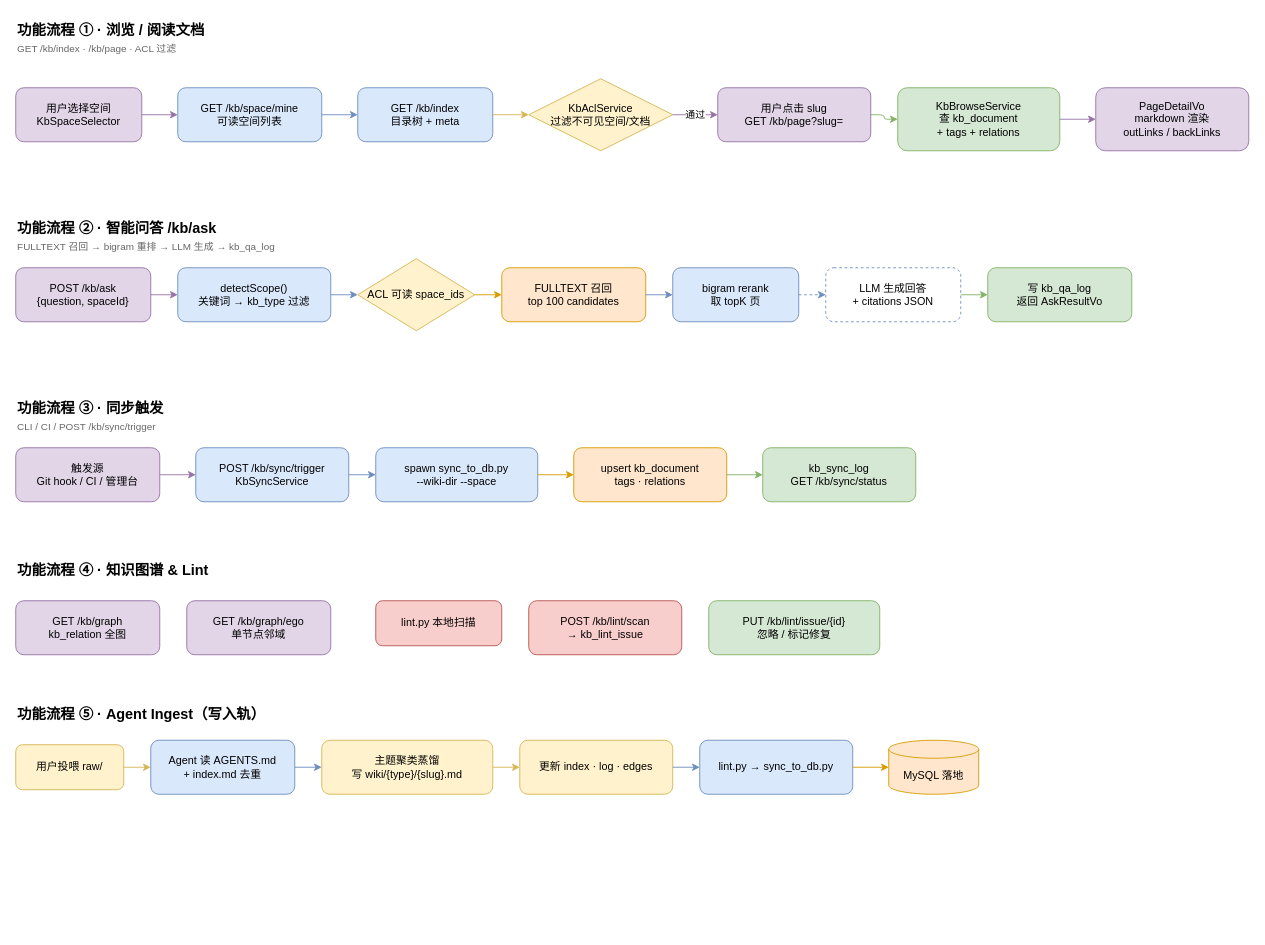
The draw.io diagram docs/diagrams/moli-kb-functional-flows.drawio in wujinsen/moli-project-distribute, before the edit. Source tidied: cells renumbered, new cells numbered last; positions are measured from the earlier drawing's top-left corner, leaving out a move shared by most shapes. Both pictures are drawn from the tidied source at 90%, with x=0, y=0 at pixel (15, 15).
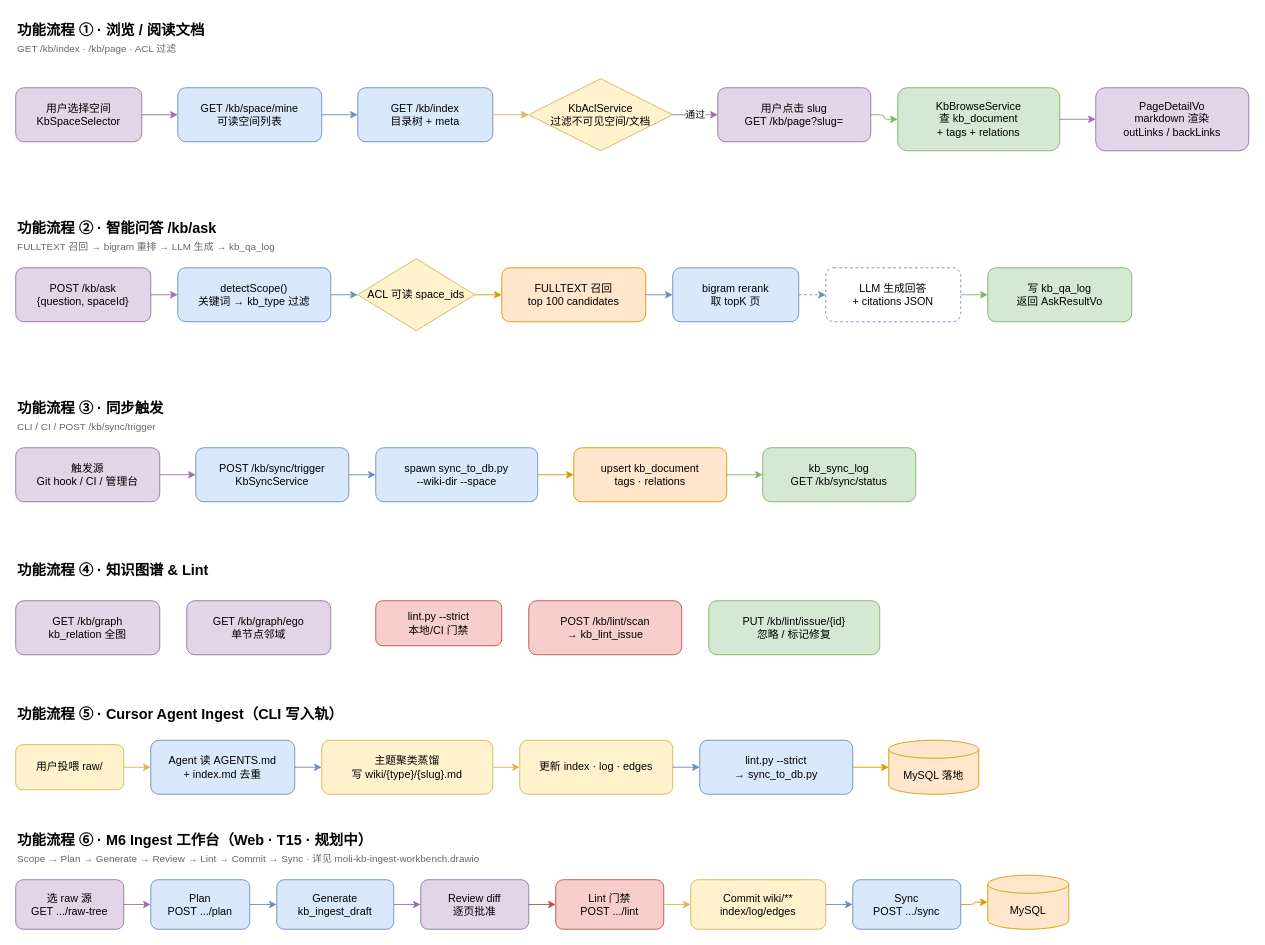
The same diagram, later.

Diff of the diagram source:
```diff
@@
-    <mxCell id="43" value="lint.py 本地扫描" style="rounded=1;whiteSpace=wrap;html=1;fillColor=#f8cecc;strokeColor=#b85450;" parent="1" vertex="1">
+    <mxCell id="43" value="lint.py --strict&lt;br&gt;本地/CI 门禁" style="rounded=1;whiteSpace=wrap;html=1;fillColor=#f8cecc;strokeColor=#b85450;" parent="1" vertex="1">
       <mxGeometry x="400" y="650" width="140" height="50" as="geometry" />
     </mxCell>
@@
-    <mxCell id="46" value="&lt;b&gt;功能流程 ⑤ · Agent Ingest（写入轨）&lt;/b&gt;" style="text;html=1;strokeColor=none;fillColor=none;align=left;fontSize=16;" parent="1" vertex="1">
+    <mxCell id="46" value="&lt;b&gt;功能流程 ⑤ · Cursor Agent Ingest（CLI 写入轨）&lt;/b&gt;" style="text;html=1;strokeColor=none;fillColor=none;align=left;fontSize=16;" parent="1" vertex="1">
       <mxGeometry y="760" width="450" height="30" as="geometry" />
     </mxCell>
@@
-    <mxCell id="51" value="lint.py → sync_to_db.py" style="rounded=1;whiteSpace=wrap;html=1;fillColor=#dae8fc;strokeColor=#6c8ebf;" parent="1" vertex="1">
+    <mxCell id="51" value="lint.py --strict&lt;br&gt;→ sync_to_db.py" style="rounded=1;whiteSpace=wrap;html=1;fillColor=#dae8fc;strokeColor=#6c8ebf;" parent="1" vertex="1">
       <mxGeometry x="760" y="805" width="170" height="60" as="geometry" />
     </mxCell>
@@
+    <mxCell id="58" value="&lt;b&gt;功能流程 ⑥ · M6 Ingest 工作台（Web · T15 · 规划中）&lt;/b&gt;&lt;br&gt;&lt;font style=&quot;font-size:11px;color:#666;&quot;&gt;Scope → Plan → Generate → Review → Lint → Commit → Sync · 详见 moli-kb-ingest-workbench.drawio&lt;/font&gt;" style="text;html=1;strokeColor=none;fillColor=none;align=left;fontSize=16;" parent="1" vertex="1">
+      <mxGeometry y="900" width="700" height="40" as="geometry" />
+    </mxCell>
+    <mxCell id="59" value="选 raw 源&lt;br&gt;GET .../raw-tree" style="rounded=1;whiteSpace=wrap;html=1;fillColor=#e1d5e7;strokeColor=#9673a6;" parent="1" vertex="1">
+      <mxGeometry y="960" width="120" height="55" as="geometry" />
+    </mxCell>
+    <mxCell id="60" value="Plan&lt;br&gt;POST .../plan" style="rounded=1;whiteSpace=wrap;html=1;fillColor=#dae8fc;strokeColor=#6c8ebf;" parent="1" vertex="1">
+      <mxGeometry x="150" y="960" width="110" height="55" as="geometry" />
+    </mxCell>
+    <mxCell id="61" value="Generate&lt;br&gt;kb_ingest_draft" style="rounded=1;whiteSpace=wrap;html=1;fillColor=#dae8fc;strokeColor=#6c8ebf;" parent="1" vertex="1">
+      <mxGeometry x="290" y="960" width="130" height="55" as="geometry" />
+    </mxCell>
+    <mxCell id="62" value="Review diff&lt;br&gt;逐页批准" style="rounded=1;whiteSpace=wrap;html=1;fillColor=#e1d5e7;strokeColor=#9673a6;" parent="1" vertex="1">
+      <mxGeometry x="450" y="960" width="120" height="55" as="geometry" />
+    </mxCell>
+    <mxCell id="63" value="Lint 门禁&lt;br&gt;POST .../lint" style="rounded=1;whiteSpace=wrap;html=1;fillColor=#f8cecc;strokeColor=#b85450;" parent="1" vertex="1">
+      <mxGeometry x="600" y="960" width="120" height="55" as="geometry" />
+    </mxCell>
+    <mxCell id="64" value="Commit wiki/**&lt;br&gt;index/log/edges" style="rounded=1;whiteSpace=wrap;html=1;fillColor=#fff2cc;strokeColor=#d6b656;" parent="1" vertex="1">
+      <mxGeometry x="750" y="960" width="150" height="55" as="geometry" />
+    </mxCell>
+    <mxCell id="65" value="Sync&lt;br&gt;POST .../sync" style="rounded=1;whiteSpace=wrap;html=1;fillColor=#dae8fc;strokeColor=#6c8ebf;" parent="1" vertex="1">
+      <mxGeometry x="930" y="960" width="120" height="55" as="geometry" />
+    </mxCell>
+    <mxCell id="66" value="MySQL" style="shape=cylinder3;whiteSpace=wrap;html=1;boundedLbl=1;backgroundOutline=1;size=10;fillColor=#ffe6cc;strokeColor=#d79b00;" parent="1" vertex="1">
+      <mxGeometry x="1080" y="955" width="90" height="60" as="geometry" />
+    </mxCell>
+    <mxCell id="67" style="edgeStyle=orthogonalEdgeStyle;rounded=1;html=1;strokeColor=#9673a6;" parent="1" edge="1" source="59" target="60">
+      <mxGeometry relative="1" as="geometry" />
+    </mxCell>
+    <mxCell id="68" style="edgeStyle=orthogonalEdgeStyle;rounded=1;html=1;strokeColor=#6c8ebf;" parent="1" edge="1" source="60" target="61">
+      <mxGeometry relative="1" as="geometry" />
+    </mxCell>
+    <mxCell id="69" style="edgeStyle=orthogonalEdgeStyle;rounded=1;html=1;strokeColor=#9673a6;" parent="1" edge="1" source="61" target="62">
+      <mxGeometry relative="1" as="geometry" />
+    </mxCell>
+    <mxCell id="70" style="edgeStyle=orthogonalEdgeStyle;rounded=1;html=1;strokeColor=#b85450;" parent="1" edge="1" source="62" target="63">
+      <mxGeometry relative="1" as="geometry" />
+    </mxCell>
+    <mxCell id="71" style="edgeStyle=orthogonalEdgeStyle;rounded=1;html=1;strokeColor=#d6b656;" parent="1" edge="1" source="63" target="64">
+      <mxGeometry relative="1" as="geometry" />
+    </mxCell>
+    <mxCell id="72" style="edgeStyle=orthogonalEdgeStyle;rounded=1;html=1;strokeColor=#6c8ebf;" parent="1" edge="1" source="64" target="65">
+      <mxGeometry relative="1" as="geometry" />
+    </mxCell>
+    <mxCell id="73" style="edgeStyle=orthogonalEdgeStyle;rounded=1;html=1;strokeColor=#d79b00;" parent="1" edge="1" source="65" target="66">
+      <mxGeometry relative="1" as="geometry" />
+    </mxCell>
```
